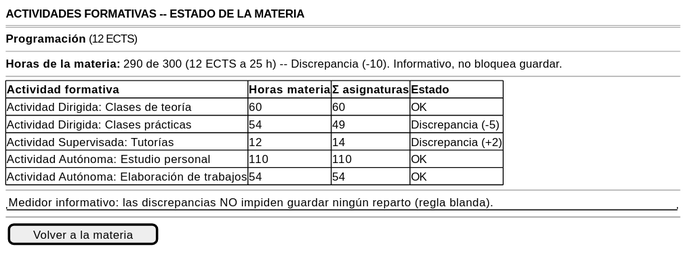
mmasias/pyCeldaPublico keeps this PlantUML diagram as images/RUP/01-requisitos/03-detalle-casos-uso/consultarEstadoActividadesFormativasMateria/wireframe.svg. Above is the earlier version.
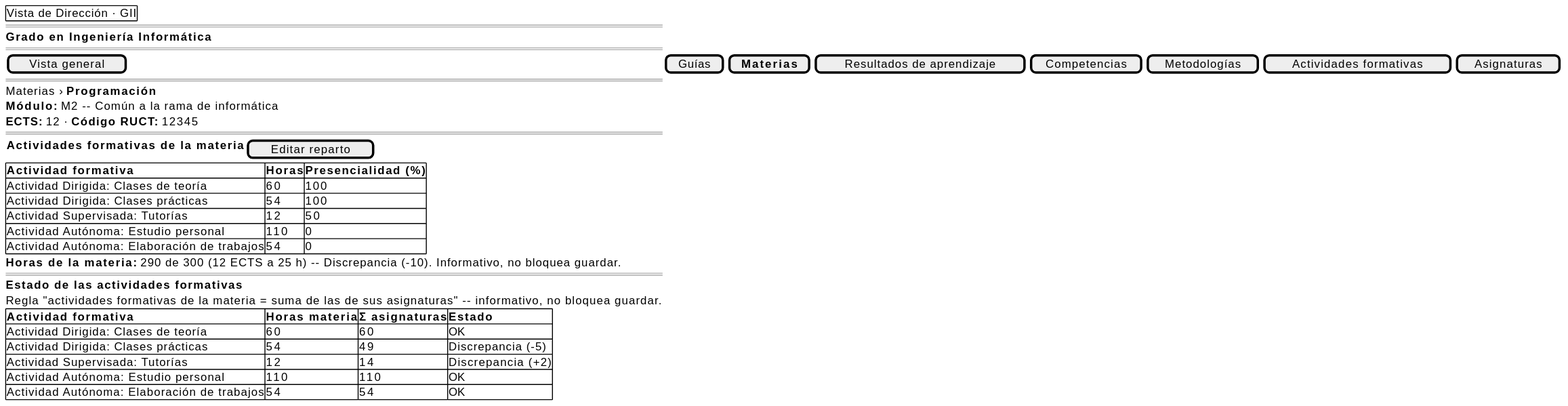
The same file after the commit.

What changed in the source:
```diff
@@ -1,22 +1,37 @@
 @startsalt consultarEstadoActividadesFormativasMateria-wireframe
 {
-    <b>ACTIVIDADES FORMATIVAS -- ESTADO DE LA MATERIA</b>
+    {+ Vista de Dirección · GII }
     ====
-    <b>Programación</b> (12 ECTS)
-    --
+    <b>Grado en Ingeniería Informática</b>
+    ====
+    [ Vista general ] | [ Guías ] | [ <b>Materias</b> ] | [ Resultados de aprendizaje ] | [ Competencias ] | [ Metodologías ] | [ Actividades formativas ] | [ Asignaturas ]
+    ====
+    Materias › <b>Programación</b>
+    <b>Módulo:</b> M2 -- Común a la rama de informática
+    <b>ECTS:</b> 12 · <b>Código RUCT:</b> 12345
+    ====
+    {
+        <b>Actividades formativas de la materia</b> | [ Editar reparto ]
+    }
+    {#
+        <b>Actividad formativa | <b>Horas | <b>Presencialidad (%)
+        Actividad Dirigida: Clases de teoría | 60 | 100
+        Actividad Dirigida: Clases prácticas | 54 | 100
+        Actividad Supervisada: Tutorías | 12 | 50
+        Actividad Autónoma: Estudio personal | 110 | 0
+        Actividad Autónoma: Elaboración de trabajos | 54 | 0
+    }
     <b>Horas de la materia:</b> 290 de 300 (12 ECTS a 25 h) -- Discrepancia (-10). Informativo, no bloquea guardar.
-    --
+    ====
+    <b>Estado de las actividades formativas</b>
+    Regla "actividades formativas de la materia = suma de las de sus asignaturas" -- informativo, no bloquea guardar.
     {#
-        <b>Actividad formativa</b>                     | <b>Horas materia</b> | <b>Σ asignaturas</b> | <b>Estado</b>
-        Actividad Dirigida: Clases de teoría            | 60                   | 60                   | OK
-        Actividad Dirigida: Clases prácticas            | 54                   | 49                   | Discrepancia (-5)
-        Actividad Supervisada: Tutorías                 | 12                   | 14                   | Discrepancia (+2)
-        Actividad Autónoma: Estudio personal            | 110                  | 110                  | OK
-        Actividad Autónoma: Elaboración de trabajos     | 54                   | 54                   | OK
+        <b>Actividad formativa | <b>Horas materia | <b>Σ asignaturas | <b>Estado
+        Actividad Dirigida: Clases de teoría | 60 | 60 | OK
+        Actividad Dirigida: Clases prácticas | 54 | 49 | Discrepancia (-5)
+        Actividad Supervisada: Tutorías | 12 | 14 | Discrepancia (+2)
+        Actividad Autónoma: Estudio personal | 110 | 110 | OK
+        Actividad Autónoma: Elaboración de trabajos | 54 | 54 | OK
     }
-    --
-    "Medidor informativo: las discrepancias NO impiden guardar ningún reparto (regla blanda)."
-    ~~
-    {[Volver a la materia]}
 }
 @endsalt
```
